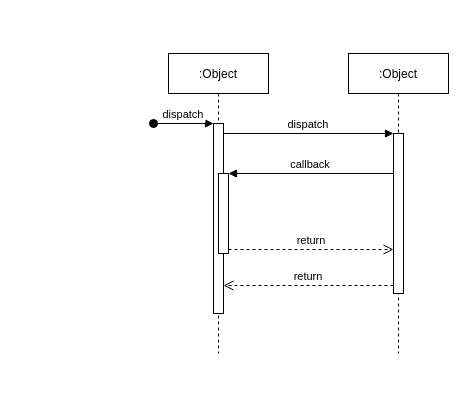
Before: Untitled Diagram.drawio in crayon-big-new/ComputerNetworking, a draw.io diagram. Source tidied: cells renumbered, new cells numbered last; positions are measured from the earlier drawing's top-left corner, leaving out a move shared by most shapes. Both pictures are drawn from the tidied source at 100%, with x=0, y=0 at pixel (153, 53).
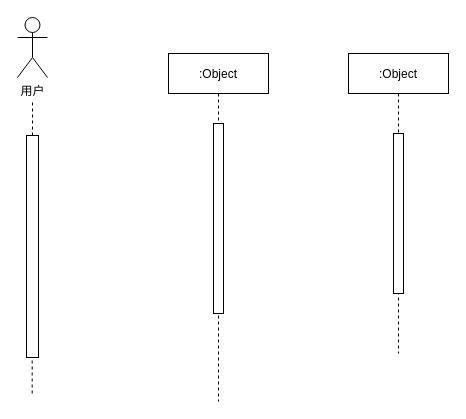
The same diagram, later.

The edit, as a diff of the source:
```diff
@@
 <mxGraphModel>
   <root>
     <mxCell id="0" />
     <mxCell id="1" parent="0" />
     <mxCell id="2" value=":Object" style="shape=umlLifeline;perimeter=lifelinePerimeter;rounded=0;shadow=0;strokeWidth=1;" parent="1" vertex="1">
-      <mxGeometry x="15" width="100" height="300" as="geometry" />
+      <mxGeometry x="15" width="100" height="348" as="geometry" />
     </mxCell>
     <mxCell id="3" style="points=[];perimeter=orthogonalPerimeter;rounded=0;shadow=0;strokeWidth=1;" parent="2" vertex="1">
       <mxGeometry x="45" y="70" width="10" height="190" as="geometry" />
     </mxCell>
-    <mxCell id="4" value="dispatch" style="verticalAlign=bottom;startArrow=oval;endArrow=block;startSize=8;shadow=0;strokeWidth=1;" parent="2" edge="1" target="3">
-      <mxGeometry relative="1" as="geometry">
-        <mxPoint x="-15" y="70" as="sourcePoint" />
-      </mxGeometry>
-    </mxCell>
-    <mxCell id="5" style="points=[];perimeter=orthogonalPerimeter;rounded=0;shadow=0;strokeWidth=1;" parent="2" vertex="1">
-      <mxGeometry x="50" y="120" width="10" height="80" as="geometry" />
-    </mxCell>
     <mxCell id="6" value=":Object" style="shape=umlLifeline;perimeter=lifelinePerimeter;rounded=0;shadow=0;strokeWidth=1;" parent="1" vertex="1">
       <mxGeometry x="195" width="100" height="300" as="geometry" />
     </mxCell>
     <mxCell id="7" style="points=[];perimeter=orthogonalPerimeter;rounded=0;shadow=0;strokeWidth=1;" parent="6" vertex="1">
       <mxGeometry x="45" y="80" width="10" height="160" as="geometry" />
     </mxCell>
-    <mxCell id="8" value="return" style="verticalAlign=bottom;endArrow=open;dashed=1;endSize=8;exitX=0;exitY=0.95;shadow=0;strokeWidth=1;" parent="1" edge="1" source="7" target="3">
-      <mxGeometry relative="1" as="geometry" />
-    </mxCell>
-    <mxCell id="9" value="dispatch" style="verticalAlign=bottom;endArrow=block;entryX=0;entryY=0;shadow=0;strokeWidth=1;" parent="1" edge="1" source="3" target="7">
-      <mxGeometry relative="1" as="geometry" />
-    </mxCell>
-    <mxCell id="10" value="callback" style="verticalAlign=bottom;endArrow=block;entryX=1;entryY=0;shadow=0;strokeWidth=1;" parent="1" edge="1" source="7" target="5">
-      <mxGeometry relative="1" as="geometry" />
-    </mxCell>
-    <mxCell id="11" value="return" style="verticalAlign=bottom;endArrow=open;dashed=1;endSize=8;exitX=1;exitY=0.95;shadow=0;strokeWidth=1;" parent="1" edge="1" source="5" target="7">
-      <mxGeometry relative="1" as="geometry" />
-    </mxCell>
+    <mxCell id="12" value="用户" style="shape=umlActor;verticalLabelPosition=bottom;verticalAlign=top;html=1;" parent="1" vertex="1">
+      <mxGeometry x="-136" y="-36" width="30" height="60" as="geometry" />
+    </mxCell>
+    <mxCell id="13" style="rounded=0;whiteSpace=wrap;html=1;" parent="1" vertex="1">
+      <mxGeometry x="-127" y="82" width="12" height="222" as="geometry" />
+    </mxCell>
+    <mxCell id="14" style="endArrow=none;dashed=1;html=1;exitX=0.5;exitY=0;exitDx=0;exitDy=0;" parent="1" edge="1" source="13">
+      <mxGeometry relative="1" as="geometry">
+        <mxPoint x="-121" y="46" as="targetPoint" />
+      </mxGeometry>
+    </mxCell>
+    <mxCell id="15" style="endArrow=none;dashed=1;html=1;exitX=0.5;exitY=0;exitDx=0;exitDy=0;" parent="1" edge="1">
+      <mxGeometry relative="1" as="geometry">
+        <mxPoint x="-121.3" y="340" as="sourcePoint" />
+        <mxPoint x="-121.3" y="304" as="targetPoint" />
+      </mxGeometry>
+    </mxCell>
   </root>
 </mxGraphModel>
```
